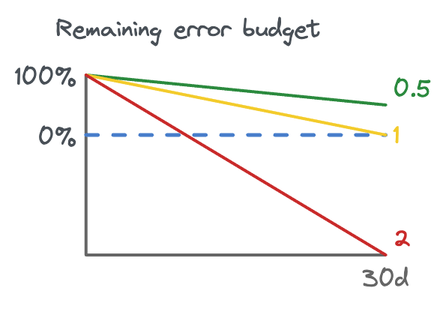
The Excalidraw diagram public/assets/alerting/remaining-budget.png in ThomWright/ThomWright.github.io, before a commit. Source tidied: one line per element, renumbered; positions are measured from the earlier drawing's top-left corner, leaving out a move shared by most shapes.
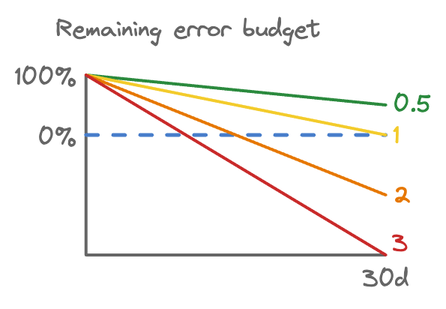
Above is the later version.

Change to the diagram source:
```diff
@@ -4,10 +4,12 @@
 {"id": 3, "type": "line", "strokeColor": "#477dca", "backgroundColor": "#fab005", "fillStyle": "hachure", "strokeWidth": 2, "strokeStyle": "dashed", "roughness": 0, "x": 47, "y": 80, "width": 200, "height": 0, "points": [[0, 0], [200, 0]]}
 {"id": 4, "type": "line", "strokeColor": "#2b8a3e", "backgroundColor": "white", "fillStyle": "solid", "strokeWidth": 2, "roughness": 0, "x": 47, "y": 40, "width": 200, "height": 20, "points": [[0, 0], [200, 20]]}
 {"id": 5, "type": "line", "strokeColor": "#f3cb2b", "backgroundColor": "white", "fillStyle": "solid", "strokeWidth": 2, "roughness": 0, "x": 47, "y": 40, "width": 200, "height": 40, "points": [[0, 0], [200, 40]]}
-{"id": 6, "type": "line", "strokeColor": "#c92a2a", "backgroundColor": "white", "fillStyle": "solid", "strokeWidth": 2, "roughness": 0, "x": 47, "y": 40, "width": 200, "height": 120, "points": [[0, 0], [200, 120]]}
+{"id": 6, "type": "line", "strokeColor": "#e67700", "backgroundColor": "white", "fillStyle": "solid", "strokeWidth": 2, "roughness": 0, "x": 47, "y": 40, "width": 200, "height": 80, "points": [[0, 0], [200, 80]]}
-{"id": 7, "type": "text", "text": "0.5", "strokeColor": "#2b8a3e", "backgroundColor": "white", "fillStyle": "solid", "strokeWidth": 2, "roughness": 0, "fontSize": 16, "fontFamily": 1, "x": 252, "y": 40, "width": 25, "height": 20}
+{"id": 7, "type": "text", "text": "0.5", "strokeColor": "#2b8a3e", "backgroundColor": "white", "fillStyle": "solid", "strokeWidth": 2, "roughness": 0, "fontSize": 16, "fontFamily": 1, "x": 252, "y": 50, "width": 25, "height": 20}
 {"id": 8, "type": "text", "text": "1", "strokeColor": "#f3cb2b", "backgroundColor": "white", "fillStyle": "solid", "strokeWidth": 2, "roughness": 0, "fontSize": 16, "fontFamily": 1, "x": 252, "y": 71, "width": 4, "height": 20}
-{"id": 9, "type": "text", "text": "2", "strokeColor": "#c92a2a", "backgroundColor": "white", "fillStyle": "solid", "strokeWidth": 2, "roughness": 0, "fontSize": 16, "fontFamily": 1, "x": 252, "y": 140, "width": 11, "height": 20}
+{"id": 9, "type": "text", "text": "2", "strokeColor": "#e67700", "backgroundColor": "white", "fillStyle": "solid", "strokeWidth": 2, "roughness": 0, "fontSize": 16, "fontFamily": 1, "x": 252, "y": 111, "width": 11, "height": 20}
-{"id": 10, "type": "text", "text": "Remaining error budget", "strokeColor": "#495057", "backgroundColor": "white", "fillStyle": "solid", "strokeWidth": 2, "roughness": 0, "fontSize": 16, "fontFamily": 1, "x": 27, "y": 0, "width": 177, "height": 20}
+{"id": 10, "type": "text", "text": "Remaining error budget", "strokeColor": "#666", "backgroundColor": "white", "fillStyle": "solid", "strokeWidth": 2, "roughness": 0, "fontSize": 16, "fontFamily": 1, "x": 27, "y": 0, "width": 177, "height": 20}
-{"id": 11, "type": "text", "text": "0%", "strokeColor": "#495057", "backgroundColor": "white", "fillStyle": "solid", "strokeWidth": 2, "roughness": 0, "fontSize": 16, "fontFamily": 1, "x": 15, "y": 72, "width": 26, "height": 20}
+{"id": 11, "type": "text", "text": "0%", "strokeColor": "#666", "backgroundColor": "white", "fillStyle": "solid", "strokeWidth": 2, "roughness": 0, "fontSize": 16, "fontFamily": 1, "x": 15, "y": 72, "width": 26, "height": 20}
-{"id": 12, "type": "text", "text": "100%", "strokeColor": "#495057", "backgroundColor": "white", "fillStyle": "solid", "strokeWidth": 2, "roughness": 0, "fontSize": 16, "fontFamily": 1, "x": 0, "y": 32, "width": 41, "height": 20}
+{"id": 12, "type": "text", "text": "100%", "strokeColor": "#666", "backgroundColor": "white", "fillStyle": "solid", "strokeWidth": 2, "roughness": 0, "fontSize": 16, "fontFamily": 1, "x": 0, "y": 32, "width": 41, "height": 20}
+{"id": 13, "type": "line", "strokeColor": "#c92a2a", "backgroundColor": "white", "fillStyle": "solid", "strokeWidth": 2, "roughness": 0, "x": 47, "y": 40, "width": 200, "height": 120, "points": [[0, 0], [200, 120]]}
+{"id": 14, "type": "text", "text": "3", "strokeColor": "#c92a2a", "backgroundColor": "white", "fillStyle": "solid", "strokeWidth": 2, "roughness": 0, "fontSize": 16, "fontFamily": 1, "x": 251, "y": 143, "width": 11, "height": 20}
```
